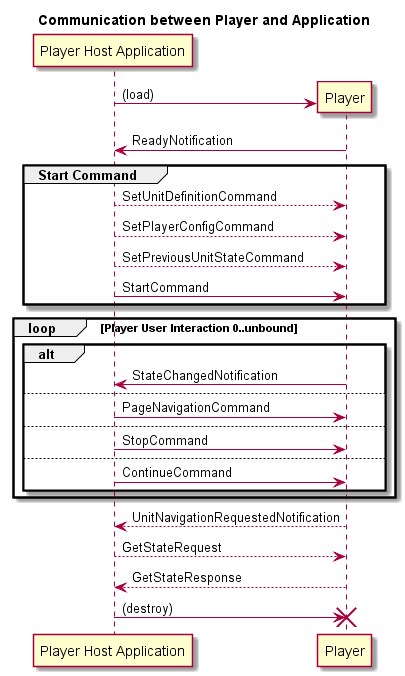
Above: model/png/interfaceModel.png in verona-interfaces/player (PlantUML), before the change.
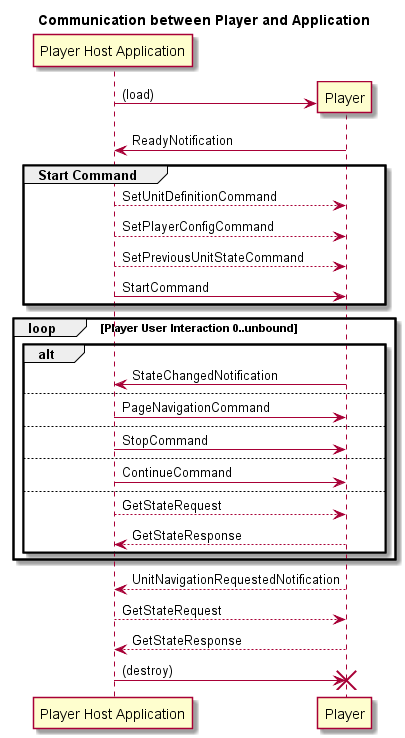
The same file after the commit.

Diff of the diagram source:
```diff
@@ -23,6 +23,9 @@
         app -> Player: StopCommand
     else
         app -> Player: ContinueCommand
+    else
+        app --> Player: GetStateRequest
+        Player --> app: GetStateResponse
     end
 end
 
```
